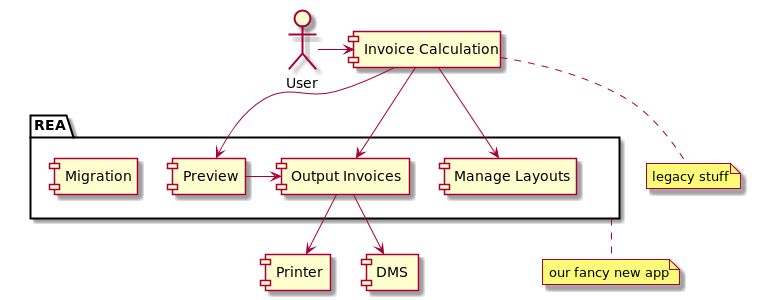
enolive/why-tdd keeps this PlantUML diagram as images/context.png. Above is the earlier version. Its diagram source:
```plantuml
@startuml


package "REA" {
    [Manage Layouts]
    [Output Invoices]
    [Preview]
    [Migration]
}

:User: -> [Invoice Calculation]
[Output Invoices] -> [Printer]
[Output Invoices] -> [DMS]
[Invoice Calculation] -> [Output Invoices]
[Invoice Calculation] -> [Manage Layouts]
[Invoice Calculation] -> [Preview]
[Preview] -> [Output Invoices]


note right of REA: our fancy new app
note bottom of [Invoice Calculation]: legacy stuff

@enduml
```
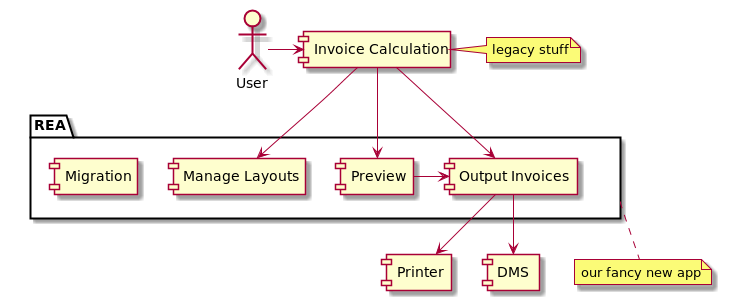
The same file after the commit.

Commit message:
beautified uml diagram

Diff of the diagram source:
```diff
@@ -2,22 +2,22 @@
 
 
 package "REA" {
+    [Preview]
+    [Output Invoices]
     [Manage Layouts]
-    [Output Invoices]
-    [Preview]
     [Migration]
 }
 
 :User: -> [Invoice Calculation]
-[Output Invoices] -> [Printer]
-[Output Invoices] -> [DMS]
-[Invoice Calculation] -> [Output Invoices]
-[Invoice Calculation] -> [Manage Layouts]
-[Invoice Calculation] -> [Preview]
+[Invoice Calculation] -down-> [Output Invoices]
+[Invoice Calculation] -down-> [Preview]
+[Invoice Calculation] -down-> [Manage Layouts]
 [Preview] -> [Output Invoices]
+[Output Invoices] -down-> [Printer]
+[Output Invoices] -down-> [DMS]
 
 
-note right of REA: our fancy new app
-note bottom of [Invoice Calculation]: legacy stuff
+note bottom of REA: our fancy new app
+note right of [Invoice Calculation]: legacy stuff
 
 @enduml
```
